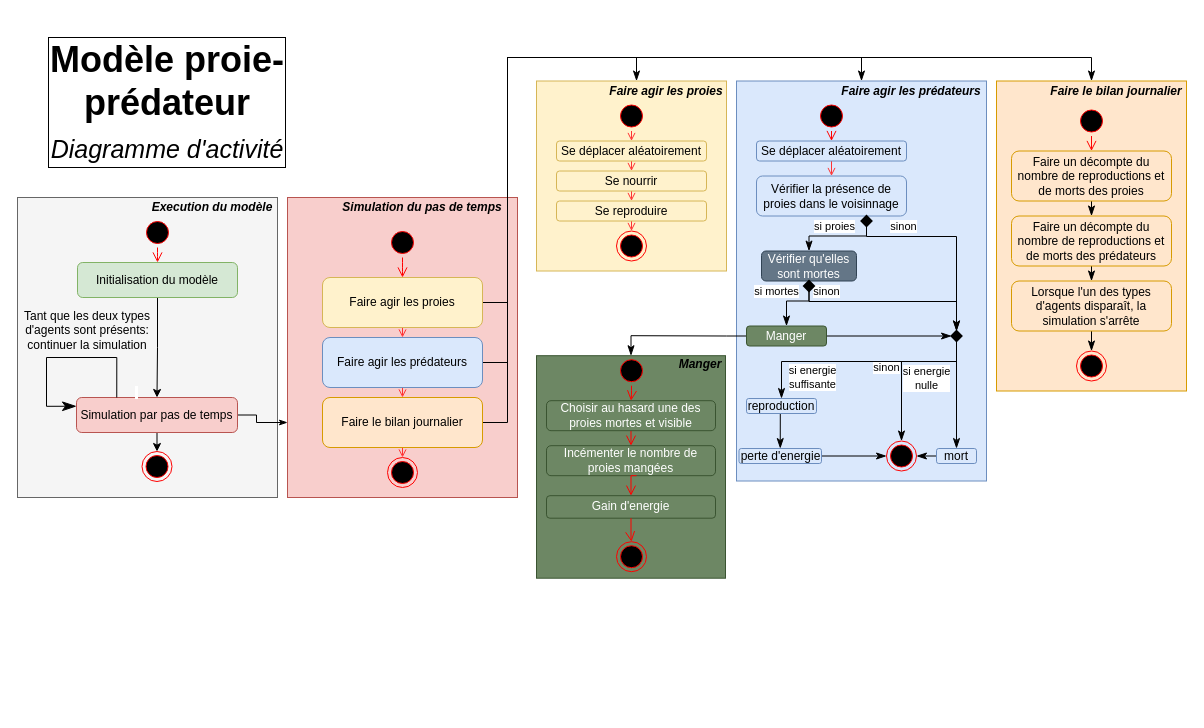
This is page "Diagramme d'activité" (2 of 3) of class_diagram.drawio from pierre-manchon/MAS_Vultures_population_modelisation, a draw.io file, before an edit. Source tidied: cells renumbered, new cells numbered last; positions are measured from the earlier drawing's top-left corner, leaving out a move shared by most shapes. Both pictures are drawn from the tidied source at 100%, with x=0, y=0 at pixel (17, 17).
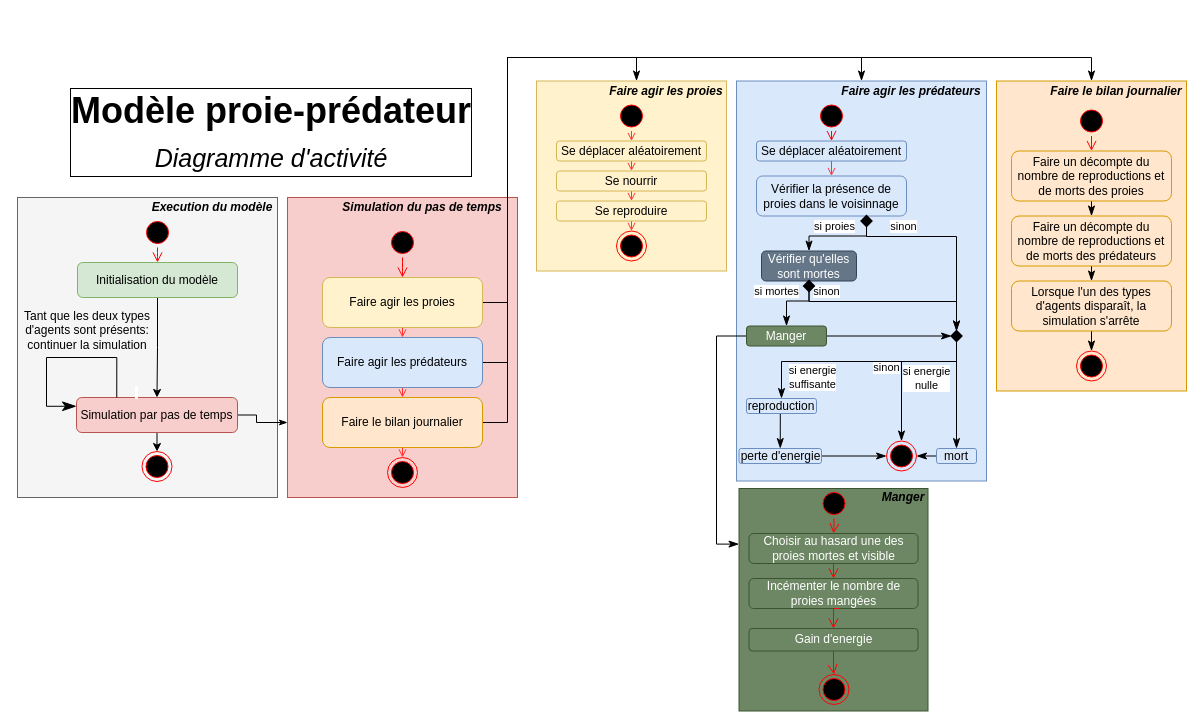
Above is the later version.

Unchanged cells that the change refers to:
```xml
<mxCell id="54" value="Manger" style="rounded=1;whiteSpace=wrap;html=1;fillColor=#6d8764;strokeColor=#3A5431;fontColor=#ffffff;" parent="1" vertex="1">
  <mxGeometry x="729" y="308.5" width="80" height="20" as="geometry" />
</mxCell>
```

The edit, as a diff of the source:
```diff
@@
     <mxCell id="15" value="Modèle proie-prédateur&lt;br&gt;&lt;span style=&quot;font-weight: normal&quot;&gt;&lt;font style=&quot;font-size: 25px&quot;&gt;&lt;i&gt;Diagramme d'activité&lt;/i&gt;&lt;/font&gt;&lt;/span&gt;" style="text;html=1;strokeColor=none;fillColor=none;align=center;verticalAlign=middle;whiteSpace=wrap;rounded=0;strokeWidth=2;fontSize=36;fontStyle=1;labelBorderColor=#000000;" parent="1" vertex="1">
-      <mxGeometry x="30" width="240" height="170" as="geometry" />
+      <mxGeometry x="9" width="490" height="230" as="geometry" />
     </mxCell>
@@
-    <mxCell id="53" style="edgeStyle=orthogonalEdgeStyle;rounded=0;sketch=0;jumpSize=4;jettySize=auto;html=1;exitX=0;exitY=0.5;exitDx=0;exitDy=0;shadow=0;startArrow=none;startFill=0;startSize=14;endArrow=classicThin;endFill=1;endSize=8;strokeColor=#000000;fontSize=12;" parent="1" edge="1" source="54" target="62">
-      <mxGeometry relative="1" as="geometry" />
+    <mxCell id="53" style="edgeStyle=orthogonalEdgeStyle;rounded=0;sketch=0;jumpSize=4;jettySize=auto;html=1;exitX=0;exitY=0.5;exitDx=0;exitDy=0;shadow=0;startArrow=none;startFill=0;startSize=14;endArrow=classicThin;endFill=1;endSize=8;strokeColor=#000000;fontSize=12;entryX=0;entryY=0.25;entryDx=0;entryDy=0;" parent="1" edge="1" source="54" target="62">
+      <mxGeometry relative="1" as="geometry">
+        <Array as="points">
+          <mxPoint x="699" y="319" />
+          <mxPoint x="699" y="527" />
+        </Array>
+      </mxGeometry>
     </mxCell>
@@
     <mxCell id="62" style="rounded=0;whiteSpace=wrap;html=1;fillColor=#6d8764;strokeColor=#3A5431;fontColor=#ffffff;" parent="1" vertex="1">
-      <mxGeometry x="519" y="338.2" width="189" height="222.5" as="geometry" />
+      <mxGeometry x="721.5" y="471" width="189" height="222.5" as="geometry" />
     </mxCell>
@@
     <mxCell id="64" value="Choisir au hasard une des proies mortes et visible" style="rounded=1;whiteSpace=wrap;html=1;fillColor=#6d8764;strokeColor=#3A5431;fontColor=#ffffff;" parent="1" vertex="1">
-      <mxGeometry x="529" y="383.2" width="169" height="30" as="geometry" />
+      <mxGeometry x="731.5" y="516" width="169" height="30" as="geometry" />
     </mxCell>
     <mxCell id="65" value="Incémenter le nombre de proies mangées" style="rounded=1;whiteSpace=wrap;html=1;fillColor=#6d8764;strokeColor=#3A5431;fontColor=#ffffff;" parent="1" vertex="1">
-      <mxGeometry x="529" y="428.2" width="169" height="30" as="geometry" />
+      <mxGeometry x="731.5" y="561" width="169" height="30" as="geometry" />
     </mxCell>
     <mxCell id="66" style="ellipse;html=1;shape=startState;fillColor=#000000;strokeColor=#ff0000;labelBackgroundColor=none;fontSize=36;" parent="1" vertex="1">
-      <mxGeometry x="599" y="338.2" width="30" height="30" as="geometry" />
+      <mxGeometry x="801.5" y="471" width="30" height="30" as="geometry" />
     </mxCell>
@@
     <mxCell id="68" style="ellipse;html=1;shape=endState;fillColor=#000000;strokeColor=#ff0000;labelBackgroundColor=none;fontSize=36;" parent="1" vertex="1">
-      <mxGeometry x="599" y="524.2" width="30" height="30" as="geometry" />
+      <mxGeometry x="801.5" y="657" width="30" height="30" as="geometry" />
     </mxCell>
     <mxCell id="69" value="Manger" style="text;html=1;strokeColor=none;fillColor=none;align=center;verticalAlign=middle;whiteSpace=wrap;rounded=0;fontStyle=3;" parent="1" vertex="1">
-      <mxGeometry x="658" y="337.2" width="50" height="20" as="geometry" />
+      <mxGeometry x="860.5" y="470" width="50" height="20" as="geometry" />
     </mxCell>
@@
     <mxCell id="85" value="Gain d'energie" style="rounded=1;whiteSpace=wrap;html=1;fillColor=#6d8764;strokeColor=#3A5431;fontColor=#ffffff;" parent="1" vertex="1">
-      <mxGeometry x="529" y="478.2" width="169" height="22.5" as="geometry" />
+      <mxGeometry x="731.5" y="611" width="169" height="22.5" as="geometry" />
     </mxCell>
     <mxCell id="86" style="edgeStyle=orthogonalEdgeStyle;rounded=0;sketch=0;jumpSize=4;jettySize=auto;html=1;entryX=0.5;entryY=0;entryDx=0;entryDy=0;shadow=0;startArrow=none;startFill=0;startSize=14;endArrow=open;endFill=0;endSize=8;fontSize=36;strokeColor=#FF0000;" parent="1" edge="1" target="85">
       <mxGeometry relative="1" as="geometry">
-        <mxPoint x="619" y="458.2" as="sourcePoint" />
+        <mxPoint x="821.5" y="591" as="sourcePoint" />
         <Array as="points">
-          <mxPoint x="619" y="458.2" />
+          <mxPoint x="821.5" y="591" />
         </Array>
       </mxGeometry>
     </mxCell>
```
